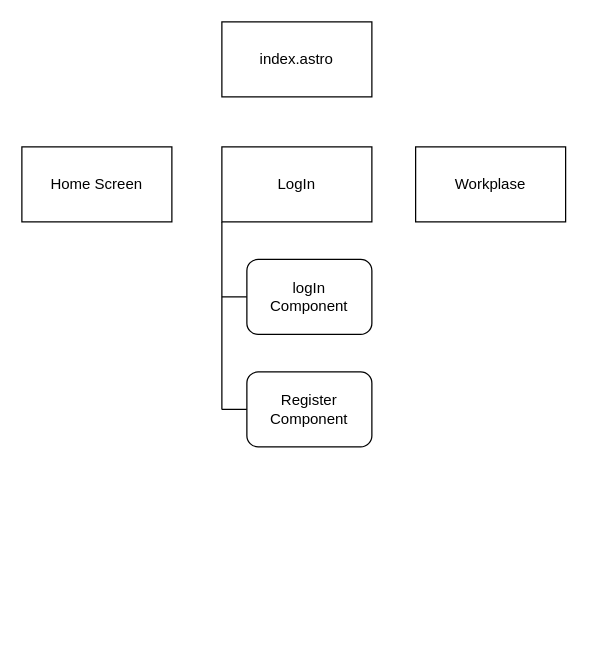
The draw.io diagram webstructure.drawio in 100volts/100volts-desktop, before the edit. Source tidied: cells renumbered, new cells numbered last; positions are measured from the earlier drawing's top-left corner, leaving out a move shared by most shapes. Both pictures are drawn from the tidied source at 125%, with x=0, y=0 at pixel (21, 21).
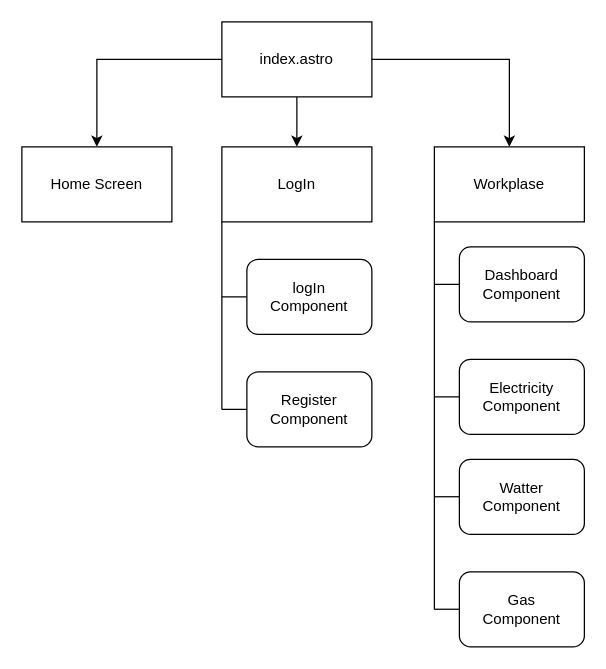
The same diagram, later.

Unchanged cells that the change refers to:
```xml
<mxCell id="2" value="index.astro" style="rounded=0;whiteSpace=wrap;html=1;" parent="1" vertex="1">
  <mxGeometry x="160" width="120" height="60" as="geometry" />
</mxCell>
<mxCell id="4" value="LogIn" style="rounded=0;whiteSpace=wrap;html=1;" parent="1" vertex="1">
  <mxGeometry x="160" y="100" width="120" height="60" as="geometry" />
</mxCell>
<mxCell id="5" value="Home Screen" style="rounded=0;whiteSpace=wrap;html=1;" parent="1" vertex="1">
  <mxGeometry y="100" width="120" height="60" as="geometry" />
</mxCell>
```

Diff of the diagram source:
```diff
@@
+    <mxCell id="11" style="edgeStyle=orthogonalEdgeStyle;rounded=0;jettySize=auto;html=1;" parent="1" edge="1" source="2" target="5">
+      <mxGeometry relative="1" as="geometry" />
+    </mxCell>
+    <mxCell id="12" style="edgeStyle=orthogonalEdgeStyle;rounded=0;jettySize=auto;html=1;entryX=0.5;entryY=0;entryDx=0;entryDy=0;" parent="1" edge="1" source="2" target="4">
+      <mxGeometry relative="1" as="geometry" />
+    </mxCell>
+    <mxCell id="13" style="edgeStyle=orthogonalEdgeStyle;rounded=0;jettySize=auto;html=1;" parent="1" edge="1" source="2" target="3">
+      <mxGeometry relative="1" as="geometry" />
+    </mxCell>
@@
     <mxCell id="3" value="Workplase" style="rounded=0;whiteSpace=wrap;html=1;" parent="1" vertex="1">
-      <mxGeometry x="315" y="100" width="120" height="60" as="geometry" />
+      <mxGeometry x="330" y="100" width="120" height="60" as="geometry" />
     </mxCell>
@@
+    <mxCell id="14" style="edgeStyle=orthogonalEdgeStyle;rounded=0;jettySize=auto;html=1;endArrow=none;endFill=0;" parent="1" edge="1" source="15">
+      <mxGeometry relative="1" as="geometry">
+        <mxPoint x="330" y="210" as="targetPoint" />
+      </mxGeometry>
+    </mxCell>
+    <mxCell id="15" value="Dashboard&lt;br&gt;&lt;div&gt;Component&lt;/div&gt;" style="rounded=1;whiteSpace=wrap;html=1;" parent="1" vertex="1">
+      <mxGeometry x="350" y="180" width="100" height="60" as="geometry" />
+    </mxCell>
+    <mxCell id="16" value="Electricity&lt;div&gt;Component&lt;/div&gt;" style="rounded=1;whiteSpace=wrap;html=1;" parent="1" vertex="1">
+      <mxGeometry x="350" y="270" width="100" height="60" as="geometry" />
+    </mxCell>
+    <mxCell id="17" value="Watter&lt;div&gt;Component&lt;/div&gt;" style="rounded=1;whiteSpace=wrap;html=1;" parent="1" vertex="1">
+      <mxGeometry x="350" y="350" width="100" height="60" as="geometry" />
+    </mxCell>
+    <mxCell id="18" value="Gas&lt;div&gt;Component&lt;/div&gt;" style="rounded=1;whiteSpace=wrap;html=1;" parent="1" vertex="1">
+      <mxGeometry x="350" y="440" width="100" height="60" as="geometry" />
+    </mxCell>
+    <mxCell id="19" style="endArrow=none;html=1;rounded=0;entryX=0;entryY=1;entryDx=0;entryDy=0;" parent="1" edge="1">
+      <mxGeometry relative="1" as="geometry">
+        <mxPoint x="330" y="470" as="sourcePoint" />
+        <mxPoint x="330" y="160" as="targetPoint" />
+      </mxGeometry>
+    </mxCell>
+    <mxCell id="20" style="edgeStyle=orthogonalEdgeStyle;rounded=0;orthogonalLoop=1;jettySize=auto;html=1;endArrow=none;endFill=0;" parent="1" edge="1">
+      <mxGeometry relative="1" as="geometry">
+        <mxPoint x="350" y="300" as="sourcePoint" />
+        <mxPoint x="330" y="300" as="targetPoint" />
+      </mxGeometry>
+    </mxCell>
+    <mxCell id="21" style="edgeStyle=orthogonalEdgeStyle;rounded=0;orthogonalLoop=1;jettySize=auto;html=1;endArrow=none;endFill=0;" parent="1" edge="1">
+      <mxGeometry relative="1" as="geometry">
+        <mxPoint x="350" y="379.9" as="sourcePoint" />
+        <mxPoint x="330" y="379.9" as="targetPoint" />
+      </mxGeometry>
+    </mxCell>
+    <mxCell id="22" style="edgeStyle=orthogonalEdgeStyle;rounded=0;orthogonalLoop=1;jettySize=auto;html=1;endArrow=none;endFill=0;" parent="1" edge="1">
+      <mxGeometry relative="1" as="geometry">
+        <mxPoint x="350" y="469.9" as="sourcePoint" />
+        <mxPoint x="330" y="469.9" as="targetPoint" />
+      </mxGeometry>
+    </mxCell>
```
